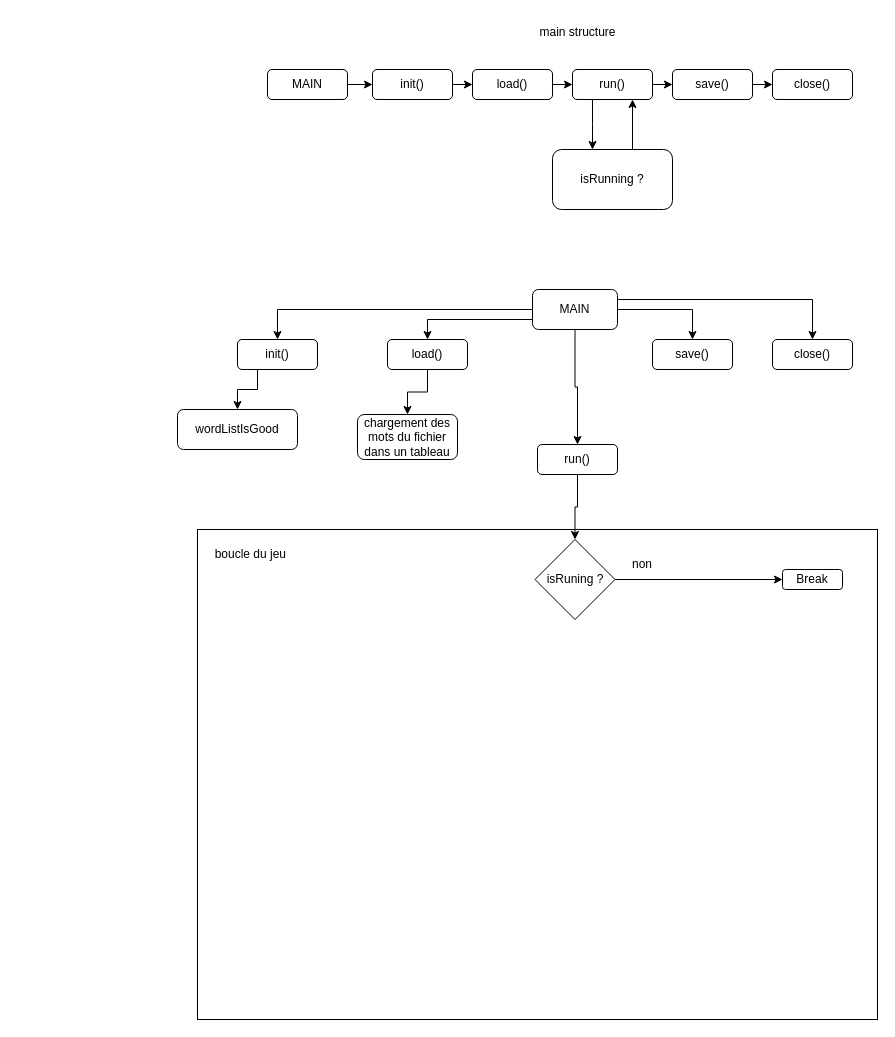
Before: ressources/struct.drawio in jolanallen/hangman-classic, a draw.io diagram. Source tidied: cells renumbered, new cells numbered last; positions are measured from the earlier drawing's top-left corner, leaving out a move shared by most shapes. Both pictures are drawn from the tidied source at 100%, with x=0, y=0 at pixel (177, 17).
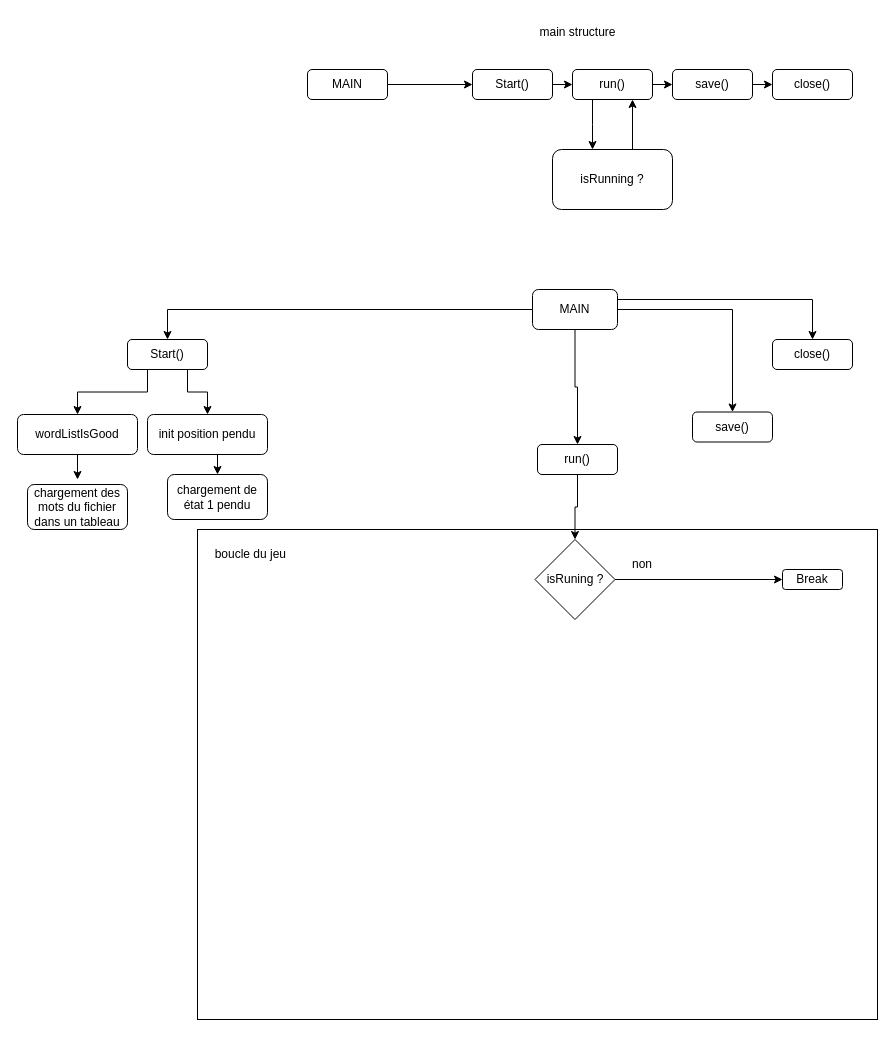
After the change.

The change refers to these unchanged cells:
```xml
<mxCell id="22" value="MAIN" style="rounded=1;whiteSpace=wrap;html=1;" parent="1" vertex="1">
  <mxGeometry x="355" y="272" width="85" height="40" as="geometry" />
</mxCell>
```

Change to the diagram source:
```diff
@@
-    <mxCell id="3" style="edgeStyle=orthogonalEdgeStyle;rounded=0;jettySize=auto;html=1;exitX=1;exitY=0.5;exitDx=0;exitDy=0;entryX=0;entryY=0.5;entryDx=0;entryDy=0;" parent="1" edge="1" source="4" target="6">
+    <mxCell id="3" style="edgeStyle=orthogonalEdgeStyle;rounded=0;jettySize=auto;html=1;exitX=1;exitY=0.5;exitDx=0;exitDy=0;entryX=0;entryY=0.5;entryDx=0;entryDy=0;" parent="1" edge="1" source="4" target="8">
       <mxGeometry relative="1" as="geometry" />
     </mxCell>
     <mxCell id="4" value="MAIN" style="rounded=1;whiteSpace=wrap;html=1;" parent="1" vertex="1">
-      <mxGeometry x="90" y="52" width="80" height="30" as="geometry" />
+      <mxGeometry x="130" y="52" width="80" height="30" as="geometry" />
     </mxCell>
-    <mxCell id="5" style="edgeStyle=orthogonalEdgeStyle;rounded=0;jettySize=auto;html=1;exitX=1;exitY=0.5;exitDx=0;exitDy=0;entryX=0;entryY=0.5;entryDx=0;entryDy=0;" parent="1" edge="1" source="6" target="8">
-      <mxGeometry relative="1" as="geometry" />
-    </mxCell>
-    <mxCell id="6" value="init()" style="rounded=1;whiteSpace=wrap;html=1;" parent="1" vertex="1">
-      <mxGeometry x="195" y="52" width="80" height="30" as="geometry" />
-    </mxCell>
@@
-    <mxCell id="8" value="load()" style="rounded=1;whiteSpace=wrap;html=1;" parent="1" vertex="1">
+    <mxCell id="8" value="Start()" style="rounded=1;whiteSpace=wrap;html=1;" parent="1" vertex="1">
       <mxGeometry x="295" y="52" width="80" height="30" as="geometry" />
     </mxCell>
@@
-    <mxCell id="19" style="edgeStyle=orthogonalEdgeStyle;rounded=0;jettySize=auto;html=1;exitX=0;exitY=0.75;exitDx=0;exitDy=0;entryX=0.5;entryY=0;entryDx=0;entryDy=0;" parent="1" edge="1" source="22" target="26">
-      <mxGeometry relative="1" as="geometry" />
-    </mxCell>
@@
+    <mxCell id="39" style="edgeStyle=orthogonalEdgeStyle;rounded=0;jettySize=auto;html=1;exitX=0.75;exitY=1;exitDx=0;exitDy=0;entryX=0.5;entryY=0;entryDx=0;entryDy=0;" parent="1" edge="1" source="24" target="42">
+      <mxGeometry relative="1" as="geometry" />
+    </mxCell>
-    <mxCell id="24" value="init()" style="rounded=1;whiteSpace=wrap;html=1;" parent="1" vertex="1">
-      <mxGeometry x="60" y="322" width="80" height="30" as="geometry" />
+    <mxCell id="24" value="Start()" style="rounded=1;whiteSpace=wrap;html=1;" parent="1" vertex="1">
+      <mxGeometry x="-50" y="322" width="80" height="30" as="geometry" />
     </mxCell>
-    <mxCell id="25" style="edgeStyle=orthogonalEdgeStyle;rounded=0;jettySize=auto;html=1;exitX=0.5;exitY=1;exitDx=0;exitDy=0;entryX=0.5;entryY=0;entryDx=0;entryDy=0;" parent="1" edge="1" source="26" target="38">
-      <mxGeometry relative="1" as="geometry" />
-    </mxCell>
-    <mxCell id="26" value="load()" style="rounded=1;whiteSpace=wrap;html=1;" parent="1" vertex="1">
-      <mxGeometry x="210" y="322" width="80" height="30" as="geometry" />
-    </mxCell>
     <mxCell id="27" value="save()" style="rounded=1;whiteSpace=wrap;html=1;" parent="1" vertex="1">
-      <mxGeometry x="475" y="322" width="80" height="30" as="geometry" />
+      <mxGeometry x="515" y="394.5" width="80" height="30" as="geometry" />
     </mxCell>
@@
+    <mxCell id="40" style="edgeStyle=orthogonalEdgeStyle;rounded=0;jettySize=auto;html=1;exitX=0.5;exitY=1;exitDx=0;exitDy=0;" parent="1" edge="1" source="30">
+      <mxGeometry relative="1" as="geometry">
+        <mxPoint x="-100" y="462" as="targetPoint" />
+      </mxGeometry>
+    </mxCell>
     <mxCell id="30" value="wordListIsGood" style="rounded=1;whiteSpace=wrap;html=1;" parent="1" vertex="1">
-      <mxGeometry y="392" width="120" height="40" as="geometry" />
+      <mxGeometry x="-160" y="397" width="120" height="40" as="geometry" />
     </mxCell>
@@
     <mxCell id="38" value="chargement des mots du fichier dans un tableau" style="rounded=1;whiteSpace=wrap;html=1;" parent="1" vertex="1">
-      <mxGeometry x="180" y="397" width="100" height="45" as="geometry" />
+      <mxGeometry x="-150" y="467" width="100" height="45" as="geometry" />
     </mxCell>
+    <mxCell id="41" style="edgeStyle=orthogonalEdgeStyle;rounded=0;jettySize=auto;html=1;exitX=0.5;exitY=1;exitDx=0;exitDy=0;entryX=0.5;entryY=0;entryDx=0;entryDy=0;" parent="1" edge="1" source="42" target="44">
+      <mxGeometry relative="1" as="geometry" />
+    </mxCell>
+    <mxCell id="42" value="init position pendu" style="rounded=1;whiteSpace=wrap;html=1;" parent="1" vertex="1">
+      <mxGeometry x="-30" y="397" width="120" height="40" as="geometry" />
+    </mxCell>
+    <mxCell id="43" style="edgeStyle=orthogonalEdgeStyle;rounded=0;orthogonalLoop=1;jettySize=auto;html=1;exitX=0.5;exitY=1;exitDx=0;exitDy=0;" parent="1" edge="1" source="4" target="4">
+      <mxGeometry relative="1" as="geometry" />
+    </mxCell>
+    <mxCell id="44" value="chargement de état 1 pendu" style="rounded=1;whiteSpace=wrap;html=1;" parent="1" vertex="1">
+      <mxGeometry x="-10" y="457" width="100" height="45" as="geometry" />
+    </mxCell>
```
